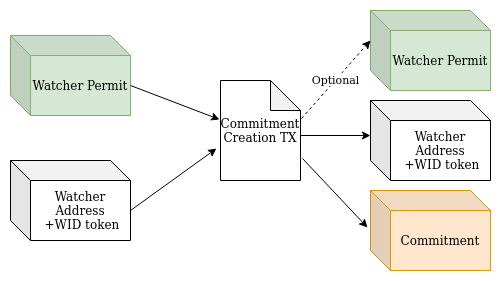
Above: images/Commitment_Creation.png in rosen-bridge/contract (draw.io), before the change. Source tidied: cells renumbered, new cells last; positions are measured from the earlier drawing's top-left corner, leaving out a move shared by most shapes. Its diagram source:
```xml
<mxGraphModel>
  <root>
    <mxCell id="0" />
    <mxCell id="1" parent="0" />
    <mxCell id="2" value="&lt;div&gt;Watcher Permit&lt;br&gt;&lt;/div&gt;" style="shape=cube;whiteSpace=wrap;html=1;boundedLbl=1;backgroundOutline=1;darkOpacity=0.05;darkOpacity2=0.1;fillColor=#d5e8d4;strokeColor=#82b366;" parent="1" vertex="1">
      <mxGeometry y="25" width="120" height="80" as="geometry" />
    </mxCell>
    <mxCell id="3" value="&lt;div&gt;Watcher Permit&lt;br&gt;&lt;/div&gt;" style="shape=cube;whiteSpace=wrap;html=1;boundedLbl=1;backgroundOutline=1;darkOpacity=0.05;darkOpacity2=0.1;fillColor=#d5e8d4;strokeColor=#82b366;" parent="1" vertex="1">
      <mxGeometry x="360" width="120" height="80" as="geometry" />
    </mxCell>
    <mxCell id="4" value="&lt;div&gt;Commitment&lt;/div&gt;" style="shape=cube;whiteSpace=wrap;html=1;boundedLbl=1;backgroundOutline=1;darkOpacity=0.05;darkOpacity2=0.1;fillColor=#ffe6cc;strokeColor=#d79b00;" parent="1" vertex="1">
      <mxGeometry x="360" y="180" width="120" height="80" as="geometry" />
    </mxCell>
    <mxCell id="5" value="&lt;div&gt;Watcher Address&lt;br&gt;&lt;/div&gt;&lt;div&gt;&amp;nbsp;+WID token&lt;br&gt;&lt;/div&gt;" style="shape=cube;whiteSpace=wrap;html=1;boundedLbl=1;backgroundOutline=1;darkOpacity=0.05;darkOpacity2=0.1;" parent="1" vertex="1">
      <mxGeometry y="150" width="120" height="80" as="geometry" />
    </mxCell>
    <mxCell id="6" value="Commitment Creation TX" style="shape=note;whiteSpace=wrap;html=1;backgroundOutline=1;darkOpacity=0.05;" parent="1" vertex="1">
      <mxGeometry x="210" y="70" width="80" height="100" as="geometry" />
    </mxCell>
    <mxCell id="7" style="endArrow=classic;html=1;rounded=0;exitX=0;exitY=0;exitDx=120;exitDy=50;exitPerimeter=0;entryX=-0.012;entryY=0.39;entryDx=0;entryDy=0;entryPerimeter=0;" parent="1" edge="1" source="2" target="6">
      <mxGeometry relative="1" as="geometry" />
    </mxCell>
    <mxCell id="8" style="endArrow=classic;html=1;rounded=0;exitX=0;exitY=0;exitDx=120;exitDy=50;exitPerimeter=0;entryX=-0.05;entryY=0.68;entryDx=0;entryDy=0;entryPerimeter=0;" parent="1" edge="1" source="5" target="6">
      <mxGeometry relative="1" as="geometry" />
    </mxCell>
    <mxCell id="9" value="Optional" style="endArrow=classic;html=1;rounded=0;exitX=1.013;exitY=0.38;exitDx=0;exitDy=0;exitPerimeter=0;entryX=0;entryY=0;entryDx=0;entryDy=30;entryPerimeter=0;dashed=1;" parent="1" edge="1" source="6" target="3">
      <mxGeometry relative="1" as="geometry" />
    </mxCell>
    <mxCell id="10" value="&lt;div&gt;Watcher Address&lt;br&gt;&lt;/div&gt;&lt;div&gt;&amp;nbsp;+WID token&lt;br&gt;&lt;/div&gt;" style="shape=cube;whiteSpace=wrap;html=1;boundedLbl=1;backgroundOutline=1;darkOpacity=0.05;darkOpacity2=0.1;" parent="1" vertex="1">
      <mxGeometry x="360" y="90" width="120" height="80" as="geometry" />
    </mxCell>
    <mxCell id="11" style="endArrow=classic;html=1;rounded=0;exitX=1.025;exitY=0.78;exitDx=0;exitDy=0;exitPerimeter=0;entryX=-0.025;entryY=0.463;entryDx=0;entryDy=0;entryPerimeter=0;" parent="1" edge="1" source="6" target="4">
      <mxGeometry relative="1" as="geometry" />
    </mxCell>
    <mxCell id="12" style="endArrow=classic;html=1;rounded=0;entryX=0;entryY=0;entryDx=0;entryDy=30;entryPerimeter=0;" parent="1" edge="1">
      <mxGeometry relative="1" as="geometry">
        <mxPoint x="290" y="125" as="sourcePoint" />
        <mxPoint x="360" y="125" as="targetPoint" />
      </mxGeometry>
    </mxCell>
  </root>
</mxGraphModel>
```
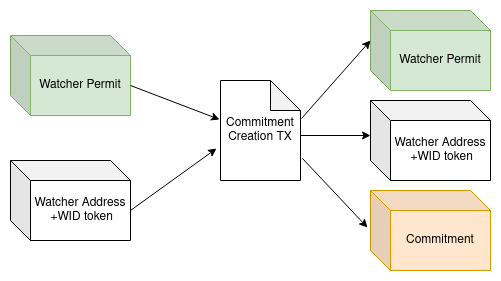
After the commit.

The edit, as a diff of the source:
```diff
@@ -23,7 +23,7 @@
     <mxCell id="8" style="endArrow=classic;html=1;rounded=0;exitX=0;exitY=0;exitDx=120;exitDy=50;exitPerimeter=0;entryX=-0.05;entryY=0.68;entryDx=0;entryDy=0;entryPerimeter=0;" parent="1" edge="1" source="5" target="6">
       <mxGeometry relative="1" as="geometry" />
     </mxCell>
-    <mxCell id="9" value="Optional" style="endArrow=classic;html=1;rounded=0;exitX=1.013;exitY=0.38;exitDx=0;exitDy=0;exitPerimeter=0;entryX=0;entryY=0;entryDx=0;entryDy=30;entryPerimeter=0;dashed=1;" parent="1" edge="1" source="6" target="3">
+    <mxCell id="9" style="endArrow=classic;html=1;rounded=0;exitX=1.013;exitY=0.38;exitDx=0;exitDy=0;exitPerimeter=0;entryX=0;entryY=0;entryDx=0;entryDy=30;entryPerimeter=0;" parent="1" edge="1" source="6" target="3">
       <mxGeometry relative="1" as="geometry" />
     </mxCell>
     <mxCell id="10" value="&lt;div&gt;Watcher Address&lt;br&gt;&lt;/div&gt;&lt;div&gt;&amp;nbsp;+WID token&lt;br&gt;&lt;/div&gt;" style="shape=cube;whiteSpace=wrap;html=1;boundedLbl=1;backgroundOutline=1;darkOpacity=0.05;darkOpacity2=0.1;" parent="1" vertex="1">
```
